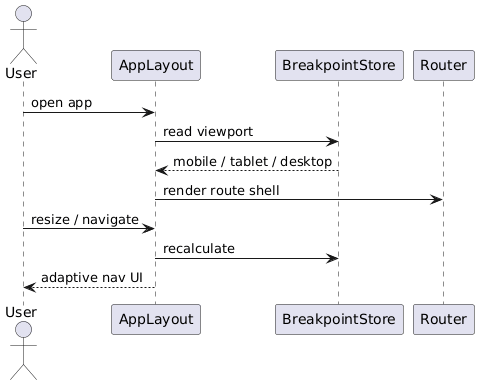
This is docs/detailed-designs/diagrams/rendered/fe_seq_responsive_nav.png from QuinntyneBrown/LendQ, a PlantUML export, as it was before one commit.
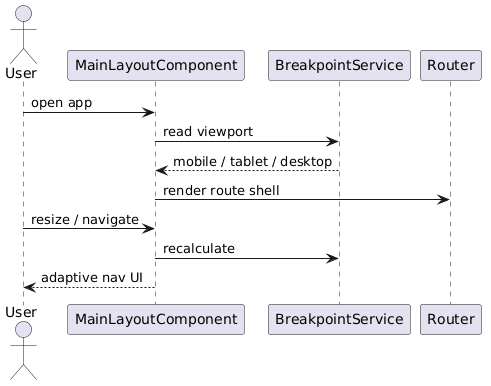
After the change.

The edit, as a diff of the source:
```diff
@@ -1,14 +1,14 @@
 @startuml
 actor User
-participant AppLayout
-participant BreakpointStore
+participant MainLayoutComponent
+participant BreakpointService
 participant Router
 
-User -> AppLayout : open app
-AppLayout -> BreakpointStore : read viewport
-BreakpointStore --> AppLayout : mobile / tablet / desktop
-AppLayout -> Router : render route shell
-User -> AppLayout : resize / navigate
-AppLayout -> BreakpointStore : recalculate
-AppLayout --> User : adaptive nav UI
+User -> MainLayoutComponent : open app
+MainLayoutComponent -> BreakpointService : read viewport
+BreakpointService --> MainLayoutComponent : mobile / tablet / desktop
+MainLayoutComponent -> Router : render route shell
+User -> MainLayoutComponent : resize / navigate
+MainLayoutComponent -> BreakpointService : recalculate
+MainLayoutComponent --> User : adaptive nav UI
 @enduml
```
